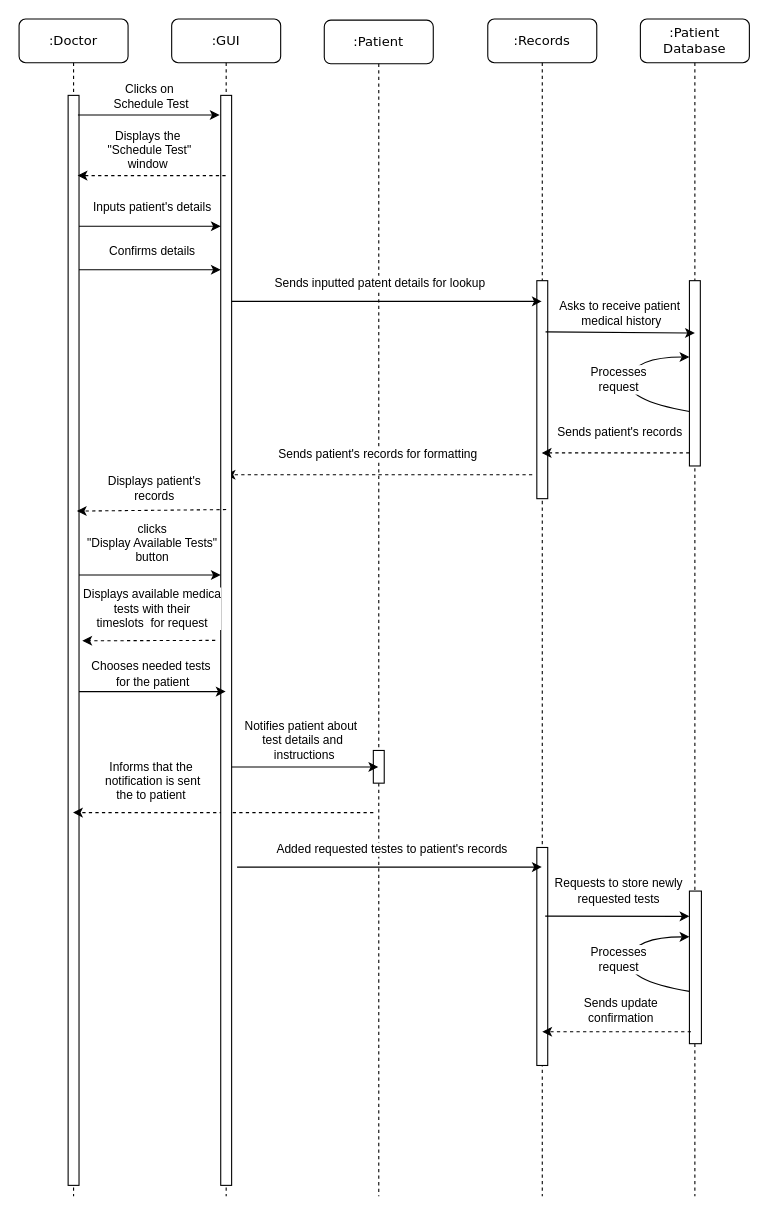
Above: Project Milestone 2/Sequence_5.drawio in SENG-350-2024-fall/Team-6 (draw.io), before the change. Source tidied: cells renumbered, new cells numbered last; positions are measured from the earlier drawing's top-left corner, leaving out a move shared by most shapes. Both pictures are drawn from the tidied source at 109%, with x=0, y=0 at pixel (19, 19).
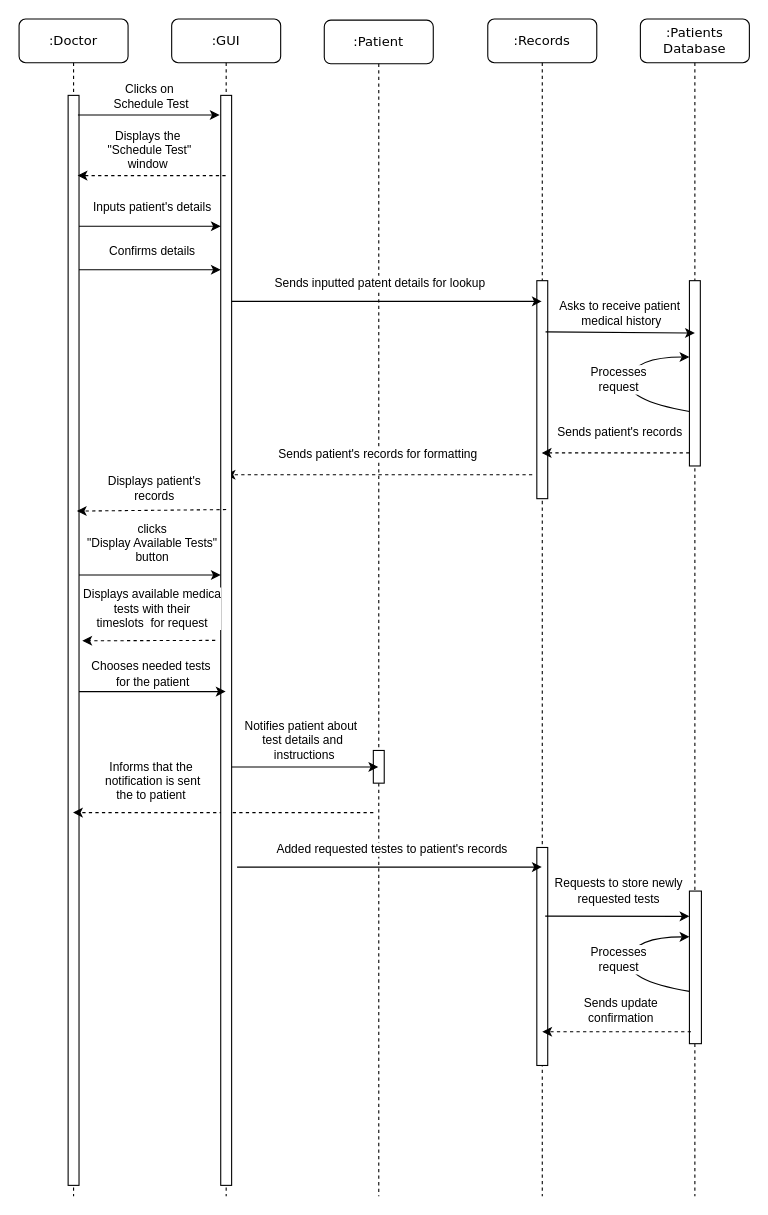
After the change.

Change to the diagram source:
```diff
@@
-    <mxCell id="9" value=":Patient Database" style="shape=umlLifeline;perimeter=lifelinePerimeter;whiteSpace=wrap;html=1;rounded=1;shadow=0;comic=0;labelBackgroundColor=none;strokeWidth=1;fontFamily=Verdana;fontSize=12;align=center;" parent="1" vertex="1">
+    <mxCell id="9" value=":Patients Database" style="shape=umlLifeline;perimeter=lifelinePerimeter;whiteSpace=wrap;html=1;rounded=1;shadow=0;comic=0;labelBackgroundColor=none;strokeWidth=1;fontFamily=Verdana;fontSize=12;align=center;" parent="1" vertex="1">
       <mxGeometry x="570" width="100" height="1080" as="geometry" />
     </mxCell>
```
